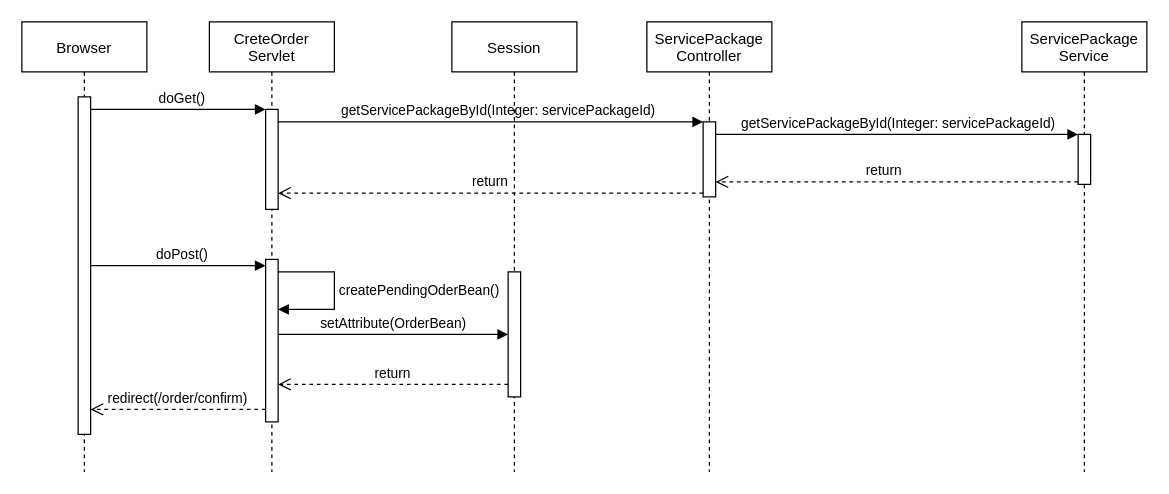
The draw.io diagram page "CreateOrder" (2 of 4) of Diagrams/sequence_diagrams.drawio in matteovisotto/DB2-SirianiVisotto, before the edit. Source tidied: cells renumbered, new cells numbered last; positions are measured from the earlier drawing's top-left corner, leaving out a move shared by most shapes. Both pictures are drawn from the tidied source at 125%, with x=0, y=0 at pixel (21, 21).
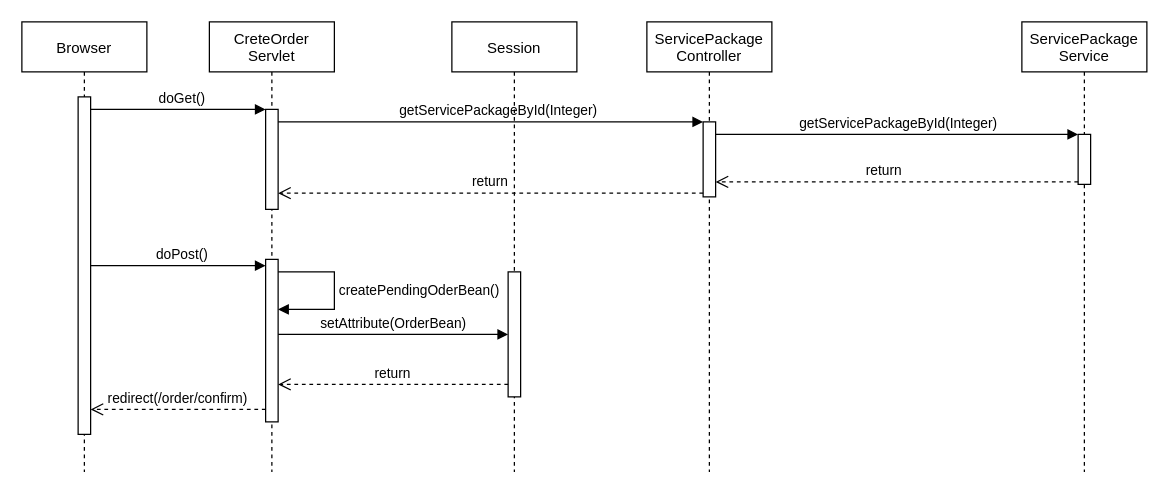
Above is the later version.

The change refers to these unchanged cells:
```xml
<mxCell id="9" style="verticalAlign=bottom;endArrow=block;entryX=0;entryY=0;shadow=0;strokeWidth=1;" parent="1" edge="1" source="3" target="7">
  <mxGeometry relative="1" as="geometry" />
</mxCell>
```

Diff of the diagram source:
```diff
@@
-    <mxCell id="10" value="getServicePackageById(Integer: servicePackageId)" style="edgeLabel;html=1;align=center;verticalAlign=middle;" parent="9" vertex="1">
+    <mxCell id="10" value="getServicePackageById(Integer)" style="edgeLabel;html=1;align=center;verticalAlign=middle;" parent="9" vertex="1">
       <mxGeometry x="-0.14" y="3" relative="1" as="geometry">
         <mxPoint x="29" y="-7" as="offset" />
       </mxGeometry>
     </mxCell>
@@
-    <mxCell id="19" value="getServicePackageById(Integer: servicePackageId)" style="edgeLabel;html=1;align=center;verticalAlign=middle;" parent="1" vertex="1">
+    <mxCell id="19" value="getServicePackageById(Integer)" style="edgeLabel;html=1;align=center;verticalAlign=middle;" parent="1" vertex="1">
       <mxGeometry x="700" y="80" as="geometry" />
     </mxCell>
```
